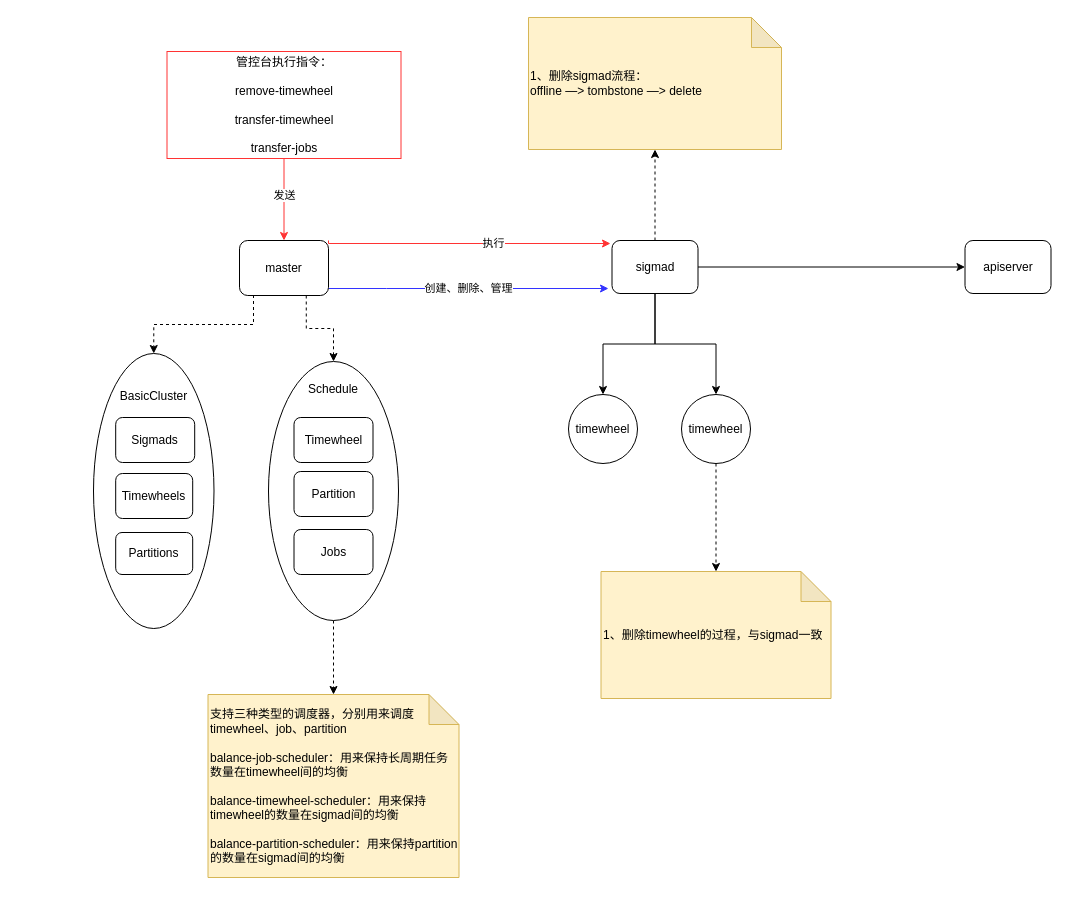
This is sigmax.drawio from gitcodeporter/draw-uml, a draw.io file, before an edit. Source tidied: cells renumbered, new cells numbered last; positions are measured from the earlier drawing's top-left corner, leaving out a move shared by most shapes. Both pictures are drawn from the tidied source at 100%, with x=0, y=0 at pixel (93, 17).
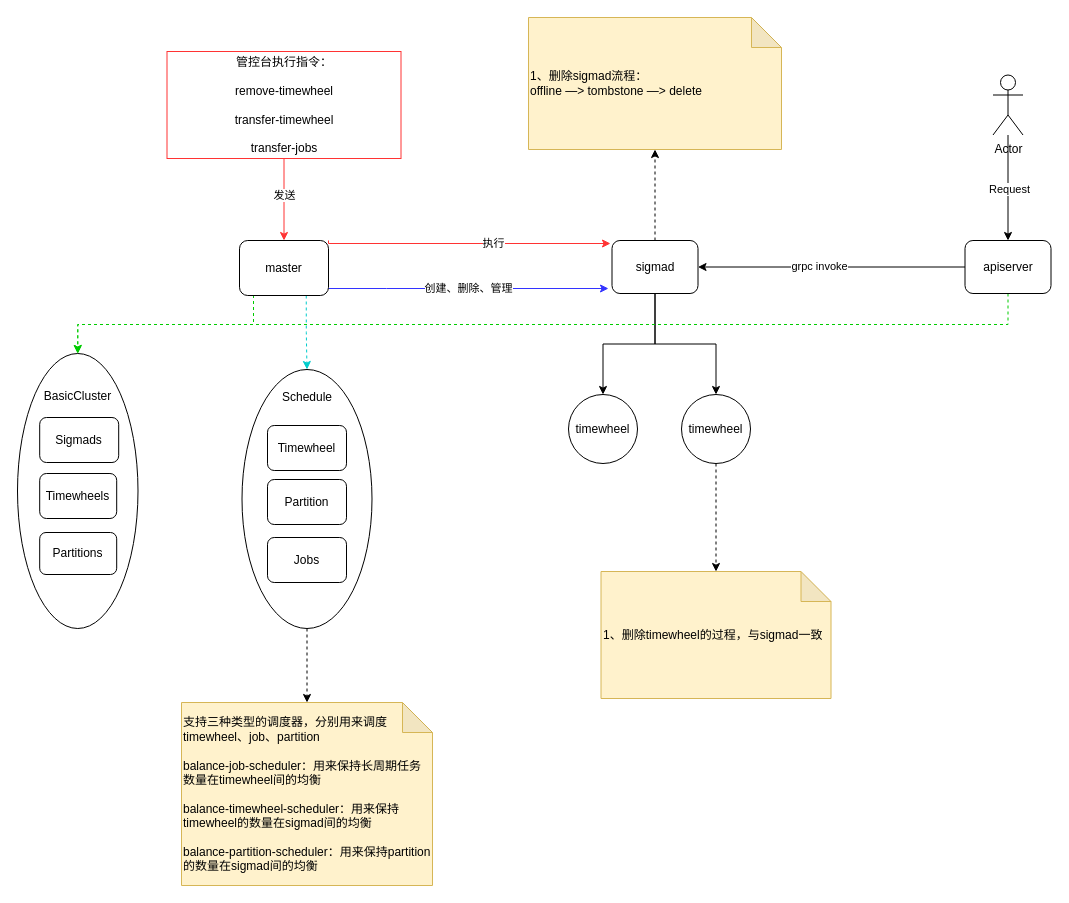
Above is the later version.

The change refers to these unchanged cells:
```xml
<mxCell id="8" value="master" style="rounded=1;whiteSpace=wrap;html=1;" parent="1" vertex="1">
  <mxGeometry x="146" y="223" width="89" height="55" as="geometry" />
</mxCell>
<mxCell id="13" value="sigmad" style="rounded=1;whiteSpace=wrap;html=1;" parent="1" vertex="1">
  <mxGeometry x="518.5" y="223" width="86" height="53" as="geometry" />
</mxCell>
<mxCell id="14" value="apiserver" style="rounded=1;whiteSpace=wrap;html=1;" parent="1" vertex="1">
  <mxGeometry x="871.5" y="223" width="86" height="53" as="geometry" />
</mxCell>
```

Change to the diagram source:
```diff
@@
     <mxCell id="2" value="&lt;br&gt;&lt;br&gt;BasicCluster" style="ellipse;whiteSpace=wrap;html=1;strokeColor=#000000;gradientColor=none;verticalAlign=top;" parent="1" vertex="1">
-      <mxGeometry y="336" width="120.5" height="275" as="geometry" />
+      <mxGeometry x="-76" y="336" width="120.5" height="275" as="geometry" />
     </mxCell>
@@
-    <mxCell id="6" style="edgeStyle=orthogonalEdgeStyle;rounded=0;jettySize=auto;html=1;exitX=0.5;exitY=1;exitDx=0;exitDy=0;entryX=0.5;entryY=0;entryDx=0;entryDy=0;dashed=1;strokeColor=#000000;" parent="1" edge="1" source="8" target="2">
+    <mxCell id="6" style="edgeStyle=orthogonalEdgeStyle;rounded=0;jettySize=auto;html=1;exitX=0.5;exitY=1;exitDx=0;exitDy=0;entryX=0.5;entryY=0;entryDx=0;entryDy=0;dashed=1;strokeColor=#00CC00;" parent="1" edge="1" source="8" target="2">
       <mxGeometry relative="1" as="geometry">
         <Array as="points">
           <mxPoint x="160" y="278" />
           <mxPoint x="160" y="307" />
-          <mxPoint x="60" y="307" />
+          <mxPoint x="-16" y="307" />
         </Array>
       </mxGeometry>
     </mxCell>
-    <mxCell id="7" style="edgeStyle=orthogonalEdgeStyle;rounded=0;jettySize=auto;html=1;exitX=0.75;exitY=1;exitDx=0;exitDy=0;entryX=0.5;entryY=0;entryDx=0;entryDy=0;dashed=1;strokeColor=#000000;" parent="1" edge="1" source="8" target="27">
+    <mxCell id="7" style="edgeStyle=orthogonalEdgeStyle;rounded=0;jettySize=auto;html=1;exitX=0.75;exitY=1;exitDx=0;exitDy=0;entryX=0.5;entryY=0;entryDx=0;entryDy=0;dashed=1;strokeColor=#00CCCC;" parent="1" edge="1" source="8" target="27">
       <mxGeometry relative="1" as="geometry" />
     </mxCell>
@@
-    <mxCell id="9" style="edgeStyle=orthogonalEdgeStyle;rounded=0;jettySize=auto;html=1;" parent="1" edge="1" source="13" target="14">
-      <mxGeometry relative="1" as="geometry" />
-    </mxCell>
@@
+    <mxCell id="32" style="edgeStyle=orthogonalEdgeStyle;rounded=0;jettySize=auto;html=1;entryX=0.5;entryY=0;entryDx=0;entryDy=0;dashed=1;strokeColor=#00CC00;" parent="1" edge="1" source="14" target="2">
+      <mxGeometry relative="1" as="geometry">
+        <Array as="points">
+          <mxPoint x="915" y="307" />
+          <mxPoint x="-16" y="307" />
+        </Array>
+      </mxGeometry>
+    </mxCell>
+    <mxCell id="33" style="edgeStyle=orthogonalEdgeStyle;rounded=0;jettySize=auto;html=1;entryX=1;entryY=0.5;entryDx=0;entryDy=0;strokeColor=#000000;" parent="1" edge="1" source="14" target="13">
+      <mxGeometry relative="1" as="geometry" />
+    </mxCell>
+    <mxCell id="34" value="grpc invoke" style="edgeLabel;html=1;align=center;verticalAlign=middle;" parent="33" vertex="1">
+      <mxGeometry x="0.1" y="-1" relative="1" as="geometry">
+        <mxPoint x="1" as="offset" />
+      </mxGeometry>
+    </mxCell>
@@
     <mxCell id="23" value="Sigmads" style="rounded=1;whiteSpace=wrap;html=1;strokeColor=#000000;gradientColor=none;" parent="1" vertex="1">
-      <mxGeometry x="22.2" y="400" width="79" height="45" as="geometry" />
+      <mxGeometry x="-53.8" y="400" width="79" height="45" as="geometry" />
     </mxCell>
     <mxCell id="24" value="Timewheels" style="rounded=1;whiteSpace=wrap;html=1;strokeColor=#000000;gradientColor=none;" parent="1" vertex="1">
-      <mxGeometry x="22.2" y="456" width="77" height="45" as="geometry" />
+      <mxGeometry x="-53.8" y="456" width="77" height="45" as="geometry" />
     </mxCell>
     <mxCell id="25" value="Partitions" style="rounded=1;whiteSpace=wrap;html=1;strokeColor=#000000;gradientColor=none;" parent="1" vertex="1">
-      <mxGeometry x="22.2" y="515" width="77" height="42" as="geometry" />
+      <mxGeometry x="-53.8" y="515" width="77" height="42" as="geometry" />
     </mxCell>
@@
     <mxCell id="27" value="&lt;br&gt;Schedule" style="ellipse;whiteSpace=wrap;html=1;strokeColor=#000000;gradientColor=none;verticalAlign=top;" parent="1" vertex="1">
-      <mxGeometry x="175" y="344" width="130" height="259" as="geometry" />
+      <mxGeometry x="148.5" y="352" width="130" height="259" as="geometry" />
     </mxCell>
     <mxCell id="28" value="Timewheel" style="rounded=1;whiteSpace=wrap;html=1;strokeColor=#000000;gradientColor=none;" parent="1" vertex="1">
-      <mxGeometry x="200.5" y="400" width="79" height="45" as="geometry" />
+      <mxGeometry x="174" y="408" width="79" height="45" as="geometry" />
     </mxCell>
     <mxCell id="29" value="Partition" style="rounded=1;whiteSpace=wrap;html=1;strokeColor=#000000;gradientColor=none;" parent="1" vertex="1">
-      <mxGeometry x="200.5" y="454" width="79" height="45" as="geometry" />
+      <mxGeometry x="174" y="462" width="79" height="45" as="geometry" />
     </mxCell>
     <mxCell id="30" value="Jobs" style="rounded=1;whiteSpace=wrap;html=1;strokeColor=#000000;gradientColor=none;" parent="1" vertex="1">
-      <mxGeometry x="200.5" y="512" width="79" height="45" as="geometry" />
+      <mxGeometry x="174" y="520" width="79" height="45" as="geometry" />
     </mxCell>
     <mxCell id="31" value="支持三种类型的调度器，分别用来调度timewheel、job、partition&lt;br&gt;&lt;br&gt;balance-job-scheduler：用来保持长周期任务数量在timewheel间的均衡&lt;br&gt;&lt;br&gt;balance-timewheel-scheduler：用来保持timewheel的数量在sigmad间的均衡&lt;br&gt;&lt;br&gt;balance-partition-scheduler：用来保持partition的数量在sigmad间的均衡" style="shape=note;whiteSpace=wrap;html=1;backgroundOutline=1;darkOpacity=0.05;strokeColor=#d6b656;fillColor=#fff2cc;align=left;" parent="1" vertex="1">
-      <mxGeometry x="114.5" y="677" width="251" height="183" as="geometry" />
+      <mxGeometry x="88" y="685" width="251" height="183" as="geometry" />
     </mxCell>
+    <mxCell id="35" style="edgeStyle=orthogonalEdgeStyle;rounded=0;jettySize=auto;html=1;strokeColor=#000000;" parent="1" edge="1" source="37" target="14">
+      <mxGeometry relative="1" as="geometry" />
+    </mxCell>
+    <mxCell id="36" value="Request" style="edgeLabel;html=1;align=center;verticalAlign=middle;" parent="35" vertex="1">
+      <mxGeometry x="0.03" y="1" relative="1" as="geometry" />
+    </mxCell>
+    <mxCell id="37" value="Actor" style="shape=umlActor;verticalLabelPosition=bottom;verticalAlign=top;html=1;outlineConnect=0;strokeColor=#000000;gradientColor=none;" parent="1" vertex="1">
+      <mxGeometry x="899.5" y="57.5" width="30" height="60" as="geometry" />
+    </mxCell>
```
